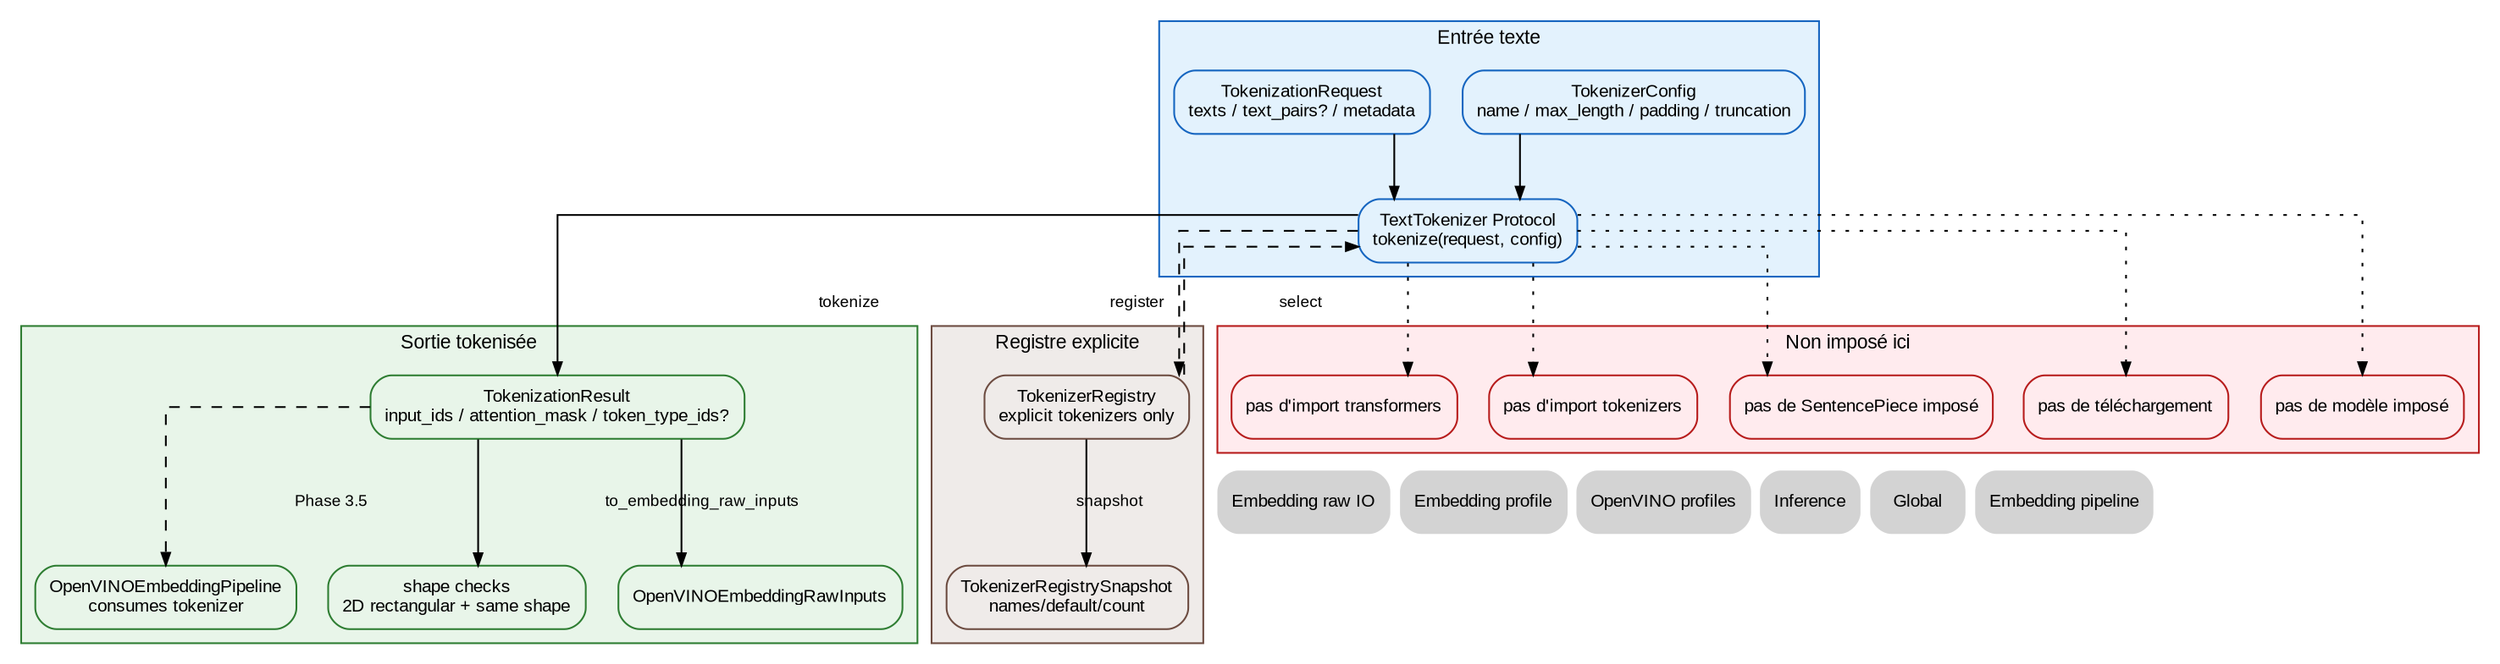
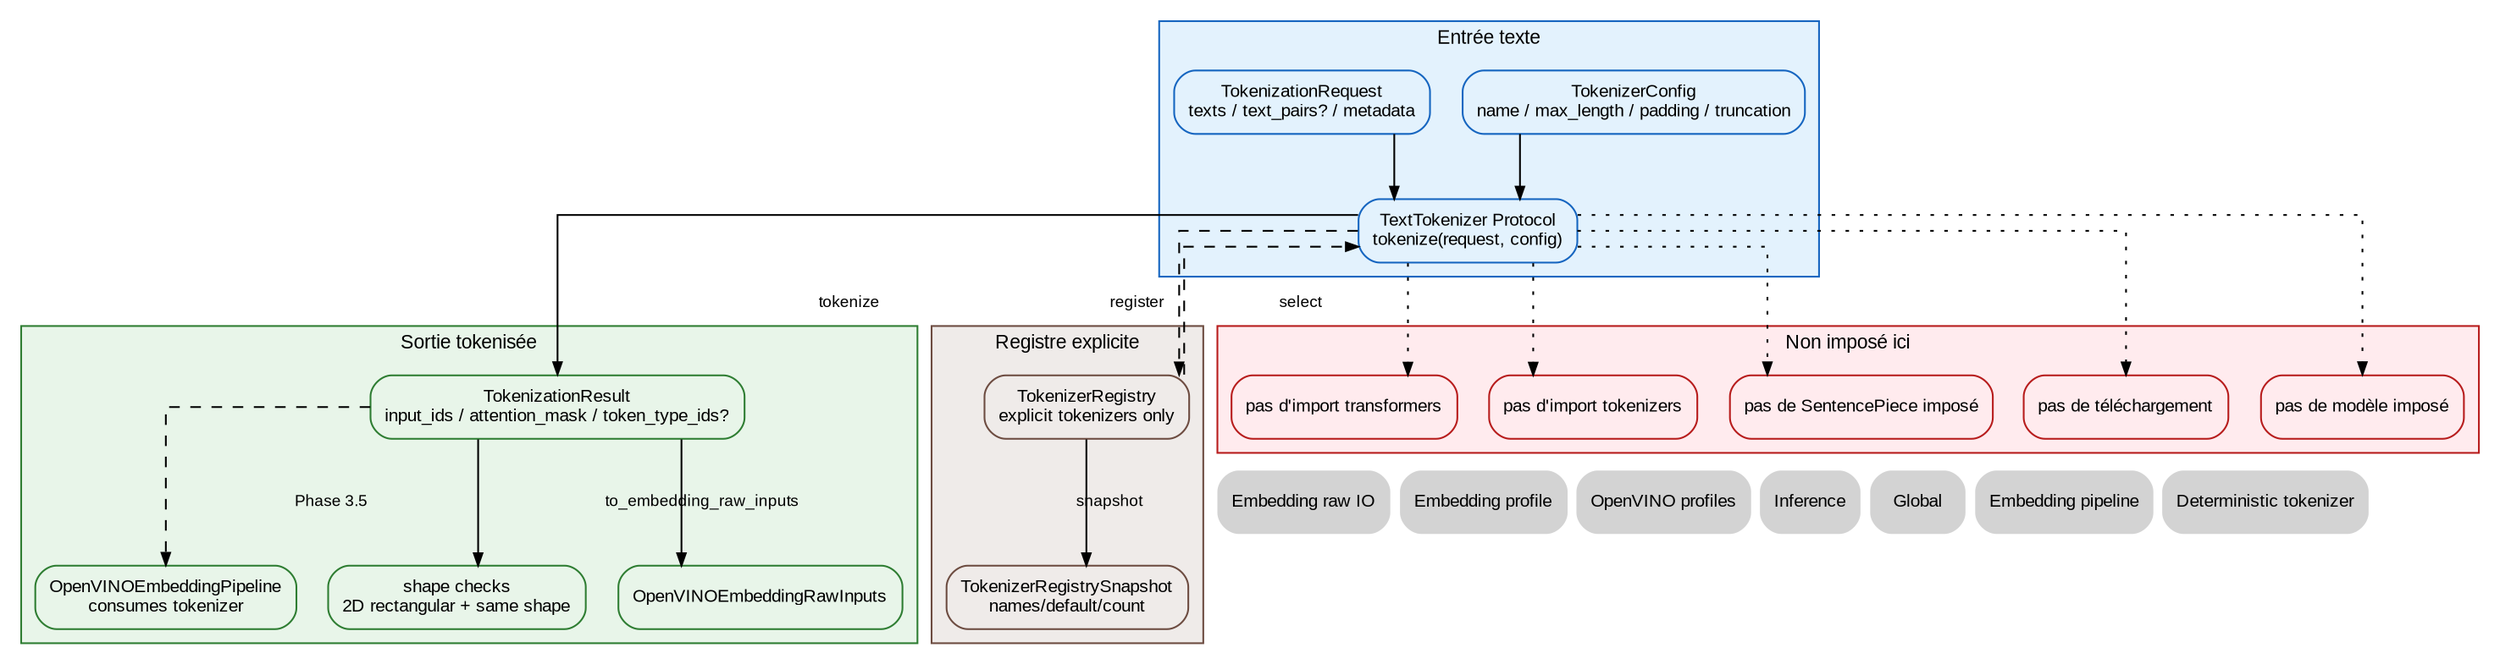
digraph TokenizerContract {
    // ROADMAP_ID: inference.tokenizer_contract
    // ROADMAP_PARENT: inference/45_openvino_embedding_raw.dot
    // ROADMAP_NOTE[phase3_4]:
    // Cette page décrit le contrat tokenizer injectable. Elle définit texte ->
    // TokenizationResult -> OpenVINOEmbeddingRawInputs sans imposer Hugging
    // Face, SentencePiece, vocabulaire local ou modèle précis.

    // ROADMAP_NOTE[phase3_5]:
    // OpenVINOEmbeddingPipeline consomme TokenizerRegistry et TextTokenizer
    // sans en faire une dépendance du Scheduler ou du backend.
+ 
+     // ROADMAP_NOTE[phase3_6]:
+     // DeterministicTokenizer devient une implémentation de test explicite du
+     // protocole TextTokenizer. Il sert au pipeline mais pas à un modèle réel.

    rankdir=TB;
    splines=ortho;

    graph [fontname="Arial", fontsize=11];
    node [shape=box, style="rounded,filled", fontname="Arial", fontsize=10];
    edge [fontname="Arial", fontsize=9, arrowsize=0.7];

    subgraph cluster_request {
        label="Entrée texte";
        color="#1565c0";
        bgcolor="#e3f2fd";
        node [fillcolor="#e3f2fd", color="#1565c0"];

        Config [label="TokenizerConfig\nname / max_length / padding / truncation"];
        Request [label="TokenizationRequest\ntexts / text_pairs? / metadata"];
        Protocol [label="TextTokenizer Protocol\ntokenize(request, config)"];
    }

    subgraph cluster_result {
        label="Sortie tokenisée";
        color="#2e7d32";
        bgcolor="#e8f5e9";
        node [fillcolor="#e8f5e9", color="#2e7d32"];

        Result [label="TokenizationResult\ninput_ids / attention_mask / token_type_ids?"];
        Pipeline [label="OpenVINOEmbeddingPipeline\nconsumes tokenizer", URL="47_openvino_embedding_pipeline.svg"];
        ShapeChecks [label="shape checks\n2D rectangular + same shape"];
        RawInputs [label="OpenVINOEmbeddingRawInputs", URL="45_openvino_embedding_raw.svg"];
    }

    subgraph cluster_registry {
        label="Registre explicite";
        color="#6d4c41";
        bgcolor="#efebe9";
        node [fillcolor="#efebe9", color="#6d4c41"];

        Registry [label="TokenizerRegistry\nexplicit tokenizers only"];
        Snapshot [label="TokenizerRegistrySnapshot\nnames/default/count"];
    }

    subgraph cluster_not_here {
        label="Non imposé ici";
        color="#b71c1c";
        bgcolor="#ffebee";
        node [fillcolor="#ffebee", color="#b71c1c"];

        NoHF [label="pas d'import transformers"];
        NoTokenizers [label="pas d'import tokenizers"];
        NoSentencePiece [label="pas de SentencePiece imposé"];
        NoDownload [label="pas de téléchargement"];
        NoModel [label="pas de modèle imposé"];
    }

    Config -> Protocol;
    Request -> Protocol;
    Protocol -> Result [label="tokenize"];
    Result -> ShapeChecks;
    Result -> RawInputs [label="to_embedding_raw_inputs"];
    Result -> Pipeline [style=dashed, label="Phase 3.5"];

    Protocol -> Registry [style=dashed, label="register"];
    Registry -> Protocol [style=dashed, label="select"];
    Registry -> Snapshot [label="snapshot"];

    Protocol -> NoHF [style=dotted];
    Protocol -> NoTokenizers [style=dotted];
    Protocol -> NoSentencePiece [style=dotted];
    Protocol -> NoDownload [style=dotted];
    Protocol -> NoModel [style=dotted];

    Nav_RawIO [label="Embedding raw IO", shape=plaintext, URL="45_openvino_embedding_raw.svg"];
    Nav_EmbeddingProfile [label="Embedding profile", shape=plaintext, URL="44_openvino_embedding_profile.svg"];
    Nav_Profiles [label="OpenVINO profiles", shape=plaintext, URL="43_openvino_profiles.svg"];
    Nav_Inference [label="Inference", shape=plaintext, URL="40_inference.svg"];
    Nav_Global [label="Global", shape=plaintext, URL="../00_global.svg"];
    Nav_Pipeline [label="Embedding pipeline", shape=plaintext, URL="47_openvino_embedding_pipeline.svg"];
+     Nav_TestTokenizer [label="Deterministic tokenizer", shape=plaintext, URL="48_deterministic_tokenizer.svg"];

-     { rank=sink; Nav_RawIO; Nav_EmbeddingProfile; Nav_Profiles; Nav_Inference; Nav_Pipeline; Nav_Global; }
+     { rank=sink; Nav_RawIO; Nav_EmbeddingProfile; Nav_Profiles; Nav_Inference; Nav_Pipeline; Nav_TestTokenizer; Nav_Global; }
}
